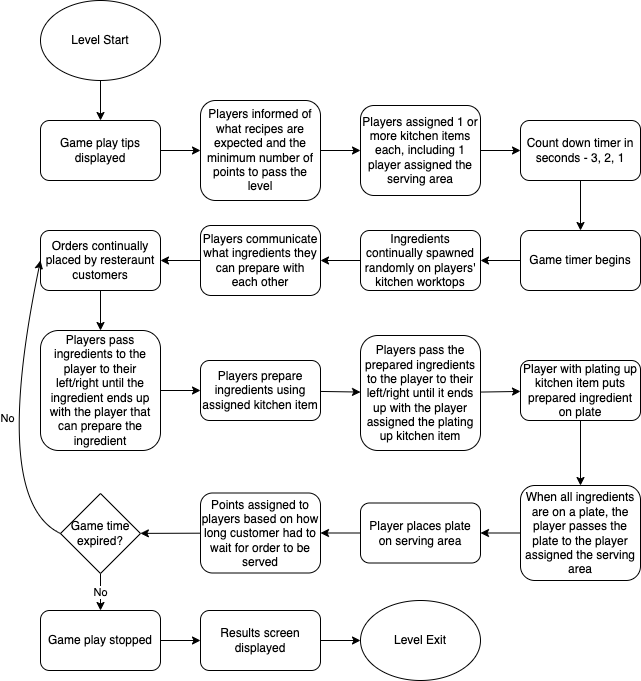
This is documentation/functional/images/cooking_level_flow.drawio.png from snowmeltarcade/projectkitchen, a draw.io export, as it was before one commit. Source tidied: cells renumbered, new cells last; positions are measured from the earlier drawing's top-left corner, leaving out a move shared by most shapes. Source of this version:
```xml
<mxGraphModel>
  <root>
    <mxCell id="0" />
    <mxCell id="1" parent="0" />
    <mxCell id="2" style="edgeStyle=none;html=1;" parent="1" edge="1" source="3" target="9">
      <mxGeometry relative="1" as="geometry" />
    </mxCell>
    <mxCell id="3" value="Level Start" style="ellipse;whiteSpace=wrap;html=1;" parent="1" vertex="1">
      <mxGeometry x="50" width="120" height="80" as="geometry" />
    </mxCell>
    <mxCell id="4" style="edgeStyle=none;html=1;" parent="1" edge="1" source="5" target="15">
      <mxGeometry relative="1" as="geometry" />
    </mxCell>
    <mxCell id="5" value="Players informed of what recipes are expected and the minimum number of points to pass the level" style="rounded=1;whiteSpace=wrap;html=1;" parent="1" vertex="1">
      <mxGeometry x="210" y="100" width="120" height="100" as="geometry" />
    </mxCell>
    <mxCell id="6" style="edgeStyle=none;html=1;" parent="1" edge="1" source="7" target="11">
      <mxGeometry relative="1" as="geometry" />
    </mxCell>
    <mxCell id="7" value="Count down timer in seconds - 3, 2, 1" style="rounded=1;whiteSpace=wrap;html=1;" parent="1" vertex="1">
      <mxGeometry x="530" y="120" width="120" height="60" as="geometry" />
    </mxCell>
    <mxCell id="8" style="edgeStyle=none;html=1;" parent="1" edge="1" source="9" target="5">
      <mxGeometry relative="1" as="geometry" />
    </mxCell>
    <mxCell id="9" value="Game play tips displayed" style="rounded=1;whiteSpace=wrap;html=1;" parent="1" vertex="1">
      <mxGeometry x="50" y="120" width="120" height="60" as="geometry" />
    </mxCell>
    <mxCell id="10" style="edgeStyle=none;html=1;" parent="1" edge="1" source="11" target="13">
      <mxGeometry relative="1" as="geometry" />
    </mxCell>
    <mxCell id="11" value="Game timer begins" style="rounded=1;whiteSpace=wrap;html=1;" parent="1" vertex="1">
      <mxGeometry x="530" y="230" width="120" height="60" as="geometry" />
    </mxCell>
    <mxCell id="12" style="edgeStyle=none;html=1;" parent="1" edge="1" source="13" target="17">
      <mxGeometry relative="1" as="geometry" />
    </mxCell>
    <mxCell id="13" value="Ingredients continually spawned randomly on players' kitchen worktops" style="rounded=1;whiteSpace=wrap;html=1;" parent="1" vertex="1">
      <mxGeometry x="370" y="230" width="120" height="60" as="geometry" />
    </mxCell>
    <mxCell id="14" style="edgeStyle=none;html=1;" parent="1" edge="1" source="15" target="7">
      <mxGeometry relative="1" as="geometry" />
    </mxCell>
    <mxCell id="15" value="Players assigned 1 or more kitchen items each, including 1 player assigned the serving area" style="rounded=1;whiteSpace=wrap;html=1;" parent="1" vertex="1">
      <mxGeometry x="370" y="105" width="120" height="90" as="geometry" />
    </mxCell>
    <mxCell id="16" style="edgeStyle=none;html=1;" parent="1" edge="1" source="17" target="33">
      <mxGeometry relative="1" as="geometry" />
    </mxCell>
    <mxCell id="17" value="Players communicate what ingredients they can prepare with each other" style="rounded=1;whiteSpace=wrap;html=1;" parent="1" vertex="1">
      <mxGeometry x="210" y="225" width="120" height="70" as="geometry" />
    </mxCell>
    <mxCell id="18" style="edgeStyle=none;html=1;" parent="1" edge="1" source="19" target="21">
      <mxGeometry relative="1" as="geometry" />
    </mxCell>
    <mxCell id="19" value="Players pass ingredients to the player to their left/right until the ingredient ends up with the player that can prepare the ingredient" style="rounded=1;whiteSpace=wrap;html=1;" parent="1" vertex="1">
      <mxGeometry x="50" y="330" width="120" height="120" as="geometry" />
    </mxCell>
    <mxCell id="20" style="edgeStyle=none;html=1;" parent="1" edge="1" source="21" target="23">
      <mxGeometry relative="1" as="geometry" />
    </mxCell>
    <mxCell id="21" value="Players prepare ingredients using assigned kitchen item" style="rounded=1;whiteSpace=wrap;html=1;" parent="1" vertex="1">
      <mxGeometry x="210" y="360" width="120" height="60" as="geometry" />
    </mxCell>
    <mxCell id="22" style="edgeStyle=none;html=1;" parent="1" edge="1" source="23" target="25">
      <mxGeometry relative="1" as="geometry" />
    </mxCell>
    <mxCell id="23" value="Players pass the prepared ingredients to the player to their left/right until it ends up with the player assigned the plating up kitchen item" style="rounded=1;whiteSpace=wrap;html=1;" parent="1" vertex="1">
      <mxGeometry x="370" y="335" width="120" height="115" as="geometry" />
    </mxCell>
    <mxCell id="24" style="edgeStyle=none;html=1;" parent="1" edge="1" source="25" target="27">
      <mxGeometry relative="1" as="geometry" />
    </mxCell>
    <mxCell id="25" value="Player with plating up kitchen item puts prepared ingredient on plate" style="rounded=1;whiteSpace=wrap;html=1;" parent="1" vertex="1">
      <mxGeometry x="530" y="360" width="120" height="60" as="geometry" />
    </mxCell>
    <mxCell id="26" style="edgeStyle=none;html=1;" parent="1" edge="1" source="27" target="29">
      <mxGeometry relative="1" as="geometry" />
    </mxCell>
    <mxCell id="27" value="When all ingredients are on a plate, the player passes the plate to the player assigned the serving area" style="rounded=1;whiteSpace=wrap;html=1;" parent="1" vertex="1">
      <mxGeometry x="530" y="485" width="120" height="95" as="geometry" />
    </mxCell>
    <mxCell id="28" style="edgeStyle=none;html=1;" parent="1" edge="1" source="29" target="31">
      <mxGeometry relative="1" as="geometry" />
    </mxCell>
    <mxCell id="29" value="Player places plate on serving area" style="rounded=1;whiteSpace=wrap;html=1;" parent="1" vertex="1">
      <mxGeometry x="370" y="502.5" width="120" height="60" as="geometry" />
    </mxCell>
    <mxCell id="30" style="edgeStyle=none;html=1;" parent="1" edge="1" source="31" target="35">
      <mxGeometry relative="1" as="geometry" />
    </mxCell>
    <mxCell id="31" value="Points assigned to players based on how long customer had to wait for order to be served" style="rounded=1;whiteSpace=wrap;html=1;" parent="1" vertex="1">
      <mxGeometry x="210" y="492.5" width="120" height="80" as="geometry" />
    </mxCell>
    <mxCell id="32" style="edgeStyle=none;html=1;" parent="1" edge="1" source="33" target="19">
      <mxGeometry relative="1" as="geometry" />
    </mxCell>
    <mxCell id="33" value="Orders continually placed by resteraunt customers" style="rounded=1;whiteSpace=wrap;html=1;" parent="1" vertex="1">
      <mxGeometry x="50" y="230" width="120" height="60" as="geometry" />
    </mxCell>
    <mxCell id="34" value="No" style="edgeStyle=none;html=1;" parent="1" edge="1" source="35" target="38">
      <mxGeometry relative="1" as="geometry" />
    </mxCell>
    <mxCell id="35" value="Game time expired?" style="rhombus;whiteSpace=wrap;html=1;" parent="1" vertex="1">
      <mxGeometry x="70" y="493" width="80" height="80" as="geometry" />
    </mxCell>
    <mxCell id="36" value="No" style="curved=1;endArrow=classic;html=1;exitX=0;exitY=0.5;exitDx=0;exitDy=0;entryX=0;entryY=0.5;entryDx=0;entryDy=0;" parent="1" edge="1" source="35" target="33">
      <mxGeometry relative="1" as="geometry">
        <Array as="points">
          <mxPoint y="500" />
        </Array>
      </mxGeometry>
    </mxCell>
    <mxCell id="37" style="edgeStyle=none;html=1;" parent="1" edge="1" source="38" target="40">
      <mxGeometry relative="1" as="geometry" />
    </mxCell>
    <mxCell id="38" value="Game play stopped" style="rounded=1;whiteSpace=wrap;html=1;" parent="1" vertex="1">
      <mxGeometry x="50" y="610" width="120" height="60" as="geometry" />
    </mxCell>
    <mxCell id="39" style="edgeStyle=none;html=1;" parent="1" edge="1" source="40" target="41">
      <mxGeometry relative="1" as="geometry" />
    </mxCell>
    <mxCell id="40" value="Results screen displayed" style="rounded=1;whiteSpace=wrap;html=1;" parent="1" vertex="1">
      <mxGeometry x="210" y="610" width="120" height="60" as="geometry" />
    </mxCell>
    <mxCell id="41" value="Level Exit" style="ellipse;whiteSpace=wrap;html=1;" parent="1" vertex="1">
      <mxGeometry x="370" y="600" width="120" height="80" as="geometry" />
    </mxCell>
  </root>
</mxGraphModel>
```
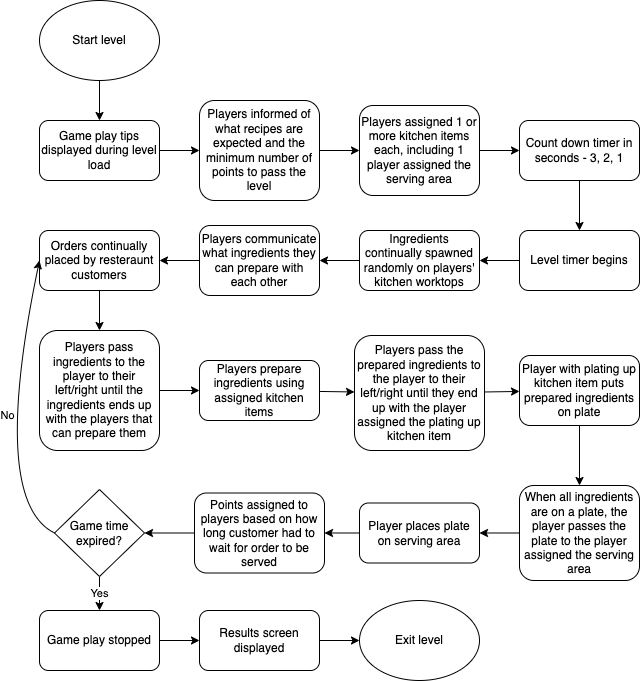
After the change.

The edit, as a diff of the source:
```diff
@@ -5,7 +5,7 @@
     <mxCell id="2" style="edgeStyle=none;html=1;" parent="1" edge="1" source="3" target="9">
       <mxGeometry relative="1" as="geometry" />
     </mxCell>
-    <mxCell id="3" value="Level Start" style="ellipse;whiteSpace=wrap;html=1;" parent="1" vertex="1">
+    <mxCell id="3" value="Start level" style="ellipse;whiteSpace=wrap;html=1;" parent="1" vertex="1">
       <mxGeometry x="50" width="120" height="80" as="geometry" />
     </mxCell>
     <mxCell id="4" style="edgeStyle=none;html=1;" parent="1" edge="1" source="5" target="15">
@@ -23,13 +23,13 @@
     <mxCell id="8" style="edgeStyle=none;html=1;" parent="1" edge="1" source="9" target="5">
       <mxGeometry relative="1" as="geometry" />
     </mxCell>
-    <mxCell id="9" value="Game play tips displayed" style="rounded=1;whiteSpace=wrap;html=1;" parent="1" vertex="1">
+    <mxCell id="9" value="Game play tips displayed during level load" style="rounded=1;whiteSpace=wrap;html=1;" parent="1" vertex="1">
       <mxGeometry x="50" y="120" width="120" height="60" as="geometry" />
     </mxCell>
     <mxCell id="10" style="edgeStyle=none;html=1;" parent="1" edge="1" source="11" target="13">
       <mxGeometry relative="1" as="geometry" />
     </mxCell>
-    <mxCell id="11" value="Game timer begins" style="rounded=1;whiteSpace=wrap;html=1;" parent="1" vertex="1">
+    <mxCell id="11" value="Level timer begins" style="rounded=1;whiteSpace=wrap;html=1;" parent="1" vertex="1">
       <mxGeometry x="530" y="230" width="120" height="60" as="geometry" />
     </mxCell>
     <mxCell id="12" style="edgeStyle=none;html=1;" parent="1" edge="1" source="13" target="17">
@@ -53,26 +53,26 @@
     <mxCell id="18" style="edgeStyle=none;html=1;" parent="1" edge="1" source="19" target="21">
       <mxGeometry relative="1" as="geometry" />
     </mxCell>
-    <mxCell id="19" value="Players pass ingredients to the player to their left/right until the ingredient ends up with the player that can prepare the ingredient" style="rounded=1;whiteSpace=wrap;html=1;" parent="1" vertex="1">
+    <mxCell id="19" value="Players pass ingredients to the player to their left/right until the ingredients ends up with the players that can prepare them" style="rounded=1;whiteSpace=wrap;html=1;" parent="1" vertex="1">
       <mxGeometry x="50" y="330" width="120" height="120" as="geometry" />
     </mxCell>
     <mxCell id="20" style="edgeStyle=none;html=1;" parent="1" edge="1" source="21" target="23">
       <mxGeometry relative="1" as="geometry" />
     </mxCell>
-    <mxCell id="21" value="Players prepare ingredients using assigned kitchen item" style="rounded=1;whiteSpace=wrap;html=1;" parent="1" vertex="1">
+    <mxCell id="21" value="Players prepare ingredients using assigned kitchen items" style="rounded=1;whiteSpace=wrap;html=1;" parent="1" vertex="1">
       <mxGeometry x="210" y="360" width="120" height="60" as="geometry" />
     </mxCell>
     <mxCell id="22" style="edgeStyle=none;html=1;" parent="1" edge="1" source="23" target="25">
       <mxGeometry relative="1" as="geometry" />
     </mxCell>
-    <mxCell id="23" value="Players pass the prepared ingredients to the player to their left/right until it ends up with the player assigned the plating up kitchen item" style="rounded=1;whiteSpace=wrap;html=1;" parent="1" vertex="1">
-      <mxGeometry x="370" y="335" width="120" height="115" as="geometry" />
+    <mxCell id="23" value="Players pass the prepared ingredients to the player to their left/right until they end up with the player assigned the plating up kitchen item" style="rounded=1;whiteSpace=wrap;html=1;" parent="1" vertex="1">
+      <mxGeometry x="365" y="335" width="130" height="115" as="geometry" />
     </mxCell>
     <mxCell id="24" style="edgeStyle=none;html=1;" parent="1" edge="1" source="25" target="27">
       <mxGeometry relative="1" as="geometry" />
     </mxCell>
-    <mxCell id="25" value="Player with plating up kitchen item puts prepared ingredient on plate" style="rounded=1;whiteSpace=wrap;html=1;" parent="1" vertex="1">
-      <mxGeometry x="530" y="360" width="120" height="60" as="geometry" />
+    <mxCell id="25" value="Player with plating up kitchen item puts prepared ingredients on plate" style="rounded=1;whiteSpace=wrap;html=1;" parent="1" vertex="1">
+      <mxGeometry x="530" y="355" width="120" height="70" as="geometry" />
     </mxCell>
     <mxCell id="26" style="edgeStyle=none;html=1;" parent="1" edge="1" source="27" target="29">
       <mxGeometry relative="1" as="geometry" />
@@ -90,7 +90,7 @@
       <mxGeometry relative="1" as="geometry" />
     </mxCell>
     <mxCell id="31" value="Points assigned to players based on how long customer had to wait for order to be served" style="rounded=1;whiteSpace=wrap;html=1;" parent="1" vertex="1">
-      <mxGeometry x="210" y="492.5" width="120" height="80" as="geometry" />
+      <mxGeometry x="205" y="492.5" width="130" height="80" as="geometry" />
     </mxCell>
     <mxCell id="32" style="edgeStyle=none;html=1;" parent="1" edge="1" source="33" target="19">
       <mxGeometry relative="1" as="geometry" />
@@ -98,11 +98,11 @@
     <mxCell id="33" value="Orders continually placed by resteraunt customers" style="rounded=1;whiteSpace=wrap;html=1;" parent="1" vertex="1">
       <mxGeometry x="50" y="230" width="120" height="60" as="geometry" />
     </mxCell>
-    <mxCell id="34" value="No" style="edgeStyle=none;html=1;" parent="1" edge="1" source="35" target="38">
+    <mxCell id="34" value="Yes" style="edgeStyle=none;html=1;" parent="1" edge="1" source="35" target="38">
       <mxGeometry relative="1" as="geometry" />
     </mxCell>
     <mxCell id="35" value="Game time expired?" style="rhombus;whiteSpace=wrap;html=1;" parent="1" vertex="1">
-      <mxGeometry x="70" y="493" width="80" height="80" as="geometry" />
+      <mxGeometry x="65" y="489" width="90" height="87" as="geometry" />
     </mxCell>
     <mxCell id="36" value="No" style="curved=1;endArrow=classic;html=1;exitX=0;exitY=0.5;exitDx=0;exitDy=0;entryX=0;entryY=0.5;entryDx=0;entryDy=0;" parent="1" edge="1" source="35" target="33">
       <mxGeometry relative="1" as="geometry">
@@ -123,7 +123,7 @@
     <mxCell id="40" value="Results screen displayed" style="rounded=1;whiteSpace=wrap;html=1;" parent="1" vertex="1">
       <mxGeometry x="210" y="610" width="120" height="60" as="geometry" />
     </mxCell>
-    <mxCell id="41" value="Level Exit" style="ellipse;whiteSpace=wrap;html=1;" parent="1" vertex="1">
+    <mxCell id="41" value="Exit level" style="ellipse;whiteSpace=wrap;html=1;" parent="1" vertex="1">
       <mxGeometry x="370" y="600" width="120" height="80" as="geometry" />
     </mxCell>
   </root>
```
